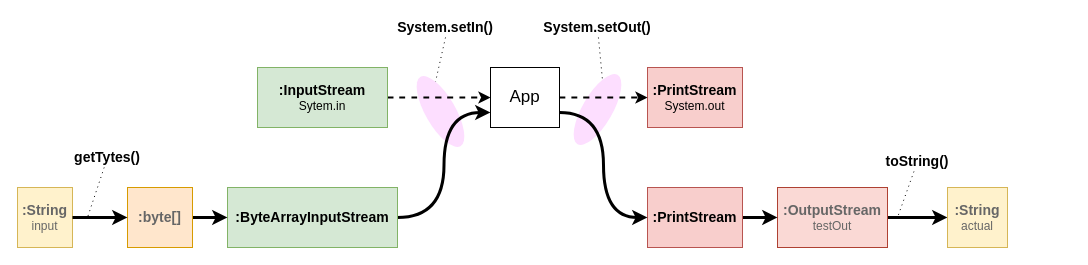
This is images/2021-01-26-juit_test_with_stdin_stdout/setIn_setOut.drawio from reddiana/blog, a draw.io file, before an edit. Source tidied: cells renumbered, new cells numbered last; positions are measured from the earlier drawing's top-left corner, leaving out a move shared by most shapes. Both pictures are drawn from the tidied source at 100%, with x=0, y=0 at pixel (17, 17).
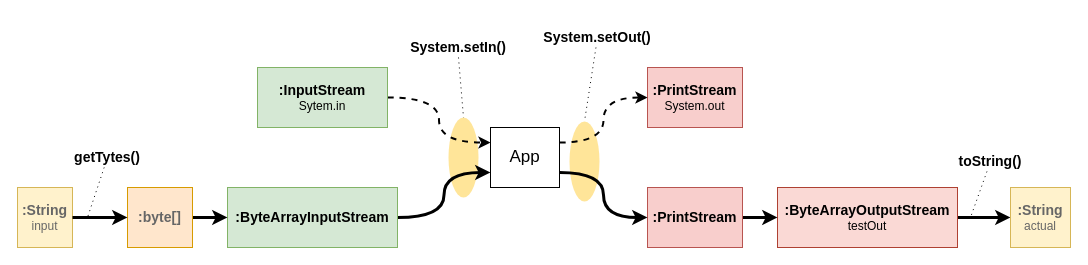
The same page after the edit.

Commit message (it also covers changes not shown here):
OutputStream -> ByteArrayOutputStream

The change refers to these unchanged cells:
```xml
<mxCell id="9" value="&lt;b&gt;&lt;font style=&quot;font-size: 14px&quot;&gt;:PrintStream&lt;/font&gt;&lt;/b&gt;&lt;br&gt;System.out" style="whiteSpace=wrap;html=1;rounded=0;fontFamily=Helvetica;fontSize=12;fillColor=#f8cecc;strokeColor=#b85450;" parent="1" vertex="1">
  <mxGeometry x="630" y="50" width="95" height="60" as="geometry" />
</mxCell>
<mxCell id="16" value="&lt;b&gt;&lt;font style=&quot;font-size: 14px&quot;&gt;:InputStream&lt;/font&gt;&lt;/b&gt;&lt;br&gt;Sytem.in" style="whiteSpace=wrap;html=1;rounded=0;fontFamily=Helvetica;fontSize=12;fillColor=#d5e8d4;strokeColor=#82b366;" parent="1" vertex="1">
  <mxGeometry x="240" y="50" width="130" height="60" as="geometry" />
</mxCell>
```

What changed in the source:
```diff
@@
-    <mxCell id="2" style="ellipse;whiteSpace=wrap;html=1;fontFamily=Helvetica;fontSize=12;rotation=30;dashed=1;strokeWidth=2;perimeterSpacing=0;flipH=0;strokeColor=none;fillColor=#FDDEFF;" parent="1" vertex="1">
-      <mxGeometry x="565" y="52" width="30" height="80" as="geometry" />
+    <mxCell id="2" style="ellipse;whiteSpace=wrap;html=1;fontFamily=Helvetica;fontSize=12;rotation=0;dashed=1;strokeWidth=2;perimeterSpacing=0;flipH=0;strokeColor=none;fillColor=#FFE599;" parent="1" vertex="1">
+      <mxGeometry x="552" y="104" width="30" height="80" as="geometry" />
     </mxCell>
-    <mxCell id="3" style="ellipse;whiteSpace=wrap;html=1;fontFamily=Helvetica;fontSize=12;rotation=-30;dashed=1;strokeWidth=2;perimeterSpacing=0;strokeColor=none;fillColor=#FDDEFF;" parent="1" vertex="1">
-      <mxGeometry x="408" y="54" width="30" height="80" as="geometry" />
+    <mxCell id="3" style="ellipse;whiteSpace=wrap;html=1;fontFamily=Helvetica;fontSize=12;rotation=0;dashed=1;strokeWidth=2;perimeterSpacing=0;strokeColor=none;fillColor=#FFE599;" parent="1" vertex="1">
+      <mxGeometry x="431" y="100" width="30" height="80" as="geometry" />
     </mxCell>
@@
-    <mxCell id="5" value="&lt;span style=&quot;color: rgb(102, 102, 102); text-align: left;&quot;&gt;&lt;b&gt;&lt;font style=&quot;font-size: 14px&quot;&gt;:OutputStream&lt;/font&gt;&lt;/b&gt;&lt;br style=&quot;font-size: 12px&quot;&gt;testOut&lt;br style=&quot;font-size: 12px&quot;&gt;&lt;/span&gt;" style="rounded=0;whiteSpace=wrap;html=1;fontFamily=Helvetica;fontSize=12;fillColor=#fad9d5;strokeColor=#ae4132;labelBackgroundColor=none;" parent="1" vertex="1">
-      <mxGeometry x="760" y="170" width="110" height="60" as="geometry" />
+    <mxCell id="5" value="&lt;span style=&quot;text-align: left;&quot;&gt;&lt;b&gt;&lt;font style=&quot;font-size: 14px&quot;&gt;:ByteArrayOutputStream&lt;/font&gt;&lt;/b&gt;&lt;br style=&quot;font-size: 12px&quot;&gt;testOut&lt;br style=&quot;font-size: 12px&quot;&gt;&lt;/span&gt;" style="rounded=0;whiteSpace=wrap;html=1;fontFamily=Helvetica;fontSize=12;fillColor=#fad9d5;strokeColor=#ae4132;labelBackgroundColor=none;" parent="1" vertex="1">
+      <mxGeometry x="760" y="170" width="180" height="60" as="geometry" />
     </mxCell>
@@
     <mxCell id="8" value="&lt;span style=&quot;color: rgb(102, 102, 102); text-align: left;&quot;&gt;&lt;b&gt;&lt;font style=&quot;font-size: 14px&quot;&gt;:String&lt;/font&gt;&lt;/b&gt;&lt;br&gt;actual&lt;br style=&quot;font-size: 12px&quot;&gt;&lt;/span&gt;" style="rounded=0;whiteSpace=wrap;html=1;fontFamily=Helvetica;fontSize=12;fillColor=#fff2cc;strokeColor=#d6b656;labelBackgroundColor=none;" parent="1" vertex="1">
-      <mxGeometry x="930" y="170" width="60" height="60" as="geometry" />
+      <mxGeometry x="993" y="170" width="60" height="60" as="geometry" />
     </mxCell>
@@
-    <mxCell id="11" style="edgeStyle=orthogonalEdgeStyle;rounded=0;jettySize=auto;html=1;exitX=1;exitY=0.5;exitDx=0;exitDy=0;entryX=0;entryY=0.5;entryDx=0;entryDy=0;fontFamily=Helvetica;fontSize=12;dashed=1;curved=1;strokeWidth=2;" parent="1" edge="1" source="12" target="9">
+    <mxCell id="11" style="edgeStyle=orthogonalEdgeStyle;rounded=0;jettySize=auto;html=1;exitX=1;exitY=0.25;exitDx=0;exitDy=0;entryX=0;entryY=0.5;entryDx=0;entryDy=0;fontFamily=Helvetica;fontSize=12;dashed=1;curved=1;strokeWidth=2;" parent="1" edge="1" source="12" target="9">
       <mxGeometry relative="1" as="geometry" />
     </mxCell>
     <mxCell id="12" value="App" style="rounded=0;whiteSpace=wrap;html=1;fontFamily=Helvetica;fontSize=17;" parent="1" vertex="1">
-      <mxGeometry x="473" y="50" width="69" height="60" as="geometry" />
+      <mxGeometry x="473" y="110" width="69" height="60" as="geometry" />
     </mxCell>
@@
-    <mxCell id="15" style="edgeStyle=orthogonalEdgeStyle;curved=1;rounded=0;jettySize=auto;html=1;dashed=1;fontFamily=Helvetica;fontSize=12;entryX=0;entryY=0.5;entryDx=0;entryDy=0;strokeWidth=2;" parent="1" edge="1" source="16" target="12">
+    <mxCell id="15" style="edgeStyle=orthogonalEdgeStyle;curved=1;rounded=0;jettySize=auto;html=1;dashed=1;fontFamily=Helvetica;fontSize=12;entryX=0;entryY=0.25;entryDx=0;entryDy=0;strokeWidth=2;" parent="1" edge="1" source="16" target="12">
       <mxGeometry relative="1" as="geometry" />
     </mxCell>
@@
-    <mxCell id="21" style="rounded=0;jettySize=auto;html=1;exitX=0.5;exitY=1;exitDx=0;exitDy=0;fontFamily=Helvetica;fontSize=12;endArrow=none;endFill=0;dashed=1;dashPattern=1 4;entryX=1;entryY=0;entryDx=0;entryDy=0;" parent="1" edge="1" source="22" target="3">
+    <mxCell id="21" style="rounded=0;jettySize=auto;html=1;exitX=0.5;exitY=1;exitDx=0;exitDy=0;fontFamily=Helvetica;fontSize=12;endArrow=none;endFill=0;dashed=1;dashPattern=1 4;entryX=0.5;entryY=0;entryDx=0;entryDy=0;" parent="1" edge="1" source="22" target="3">
       <mxGeometry relative="1" as="geometry" />
     </mxCell>
     <mxCell id="22" value="System.setIn()" style="text;html=1;strokeColor=none;fillColor=none;align=center;verticalAlign=middle;whiteSpace=wrap;rounded=0;dashed=1;fontFamily=Helvetica;fontSize=14;fontStyle=1;" parent="1" vertex="1">
-      <mxGeometry x="408" width="40" height="20" as="geometry" />
+      <mxGeometry x="421" y="20" width="40" height="20" as="geometry" />
     </mxCell>
-    <mxCell id="23" style="edgeStyle=none;rounded=0;jettySize=auto;html=1;entryX=0;entryY=0;entryDx=0;entryDy=0;dashed=1;dashPattern=1 4;endArrow=none;endFill=0;fontFamily=Helvetica;fontSize=14;" parent="1" edge="1" source="24" target="2">
+    <mxCell id="23" style="edgeStyle=none;rounded=0;jettySize=auto;html=1;entryX=0.5;entryY=0;entryDx=0;entryDy=0;dashed=1;dashPattern=1 4;endArrow=none;endFill=0;fontFamily=Helvetica;fontSize=14;" parent="1" edge="1" source="24" target="2">
       <mxGeometry relative="1" as="geometry" />
     </mxCell>
     <mxCell id="24" value="System.setOut()" style="text;html=1;strokeColor=none;fillColor=none;align=center;verticalAlign=middle;whiteSpace=wrap;rounded=0;dashed=1;fontFamily=Helvetica;fontSize=14;fontStyle=1;" parent="1" vertex="1">
-      <mxGeometry x="560" width="40" height="20" as="geometry" />
+      <mxGeometry x="560" y="10" width="40" height="20" as="geometry" />
     </mxCell>
@@
     <mxCell id="27" style="edgeStyle=none;rounded=0;jettySize=auto;html=1;dashed=1;dashPattern=1 4;endArrow=none;endFill=0;fontFamily=Helvetica;fontSize=14;" parent="1" edge="1" source="28">
       <mxGeometry relative="1" as="geometry">
-        <mxPoint x="880" y="200" as="targetPoint" />
+        <mxPoint x="953" y="200" as="targetPoint" />
       </mxGeometry>
     </mxCell>
     <mxCell id="28" value="toString()" style="text;html=1;strokeColor=none;fillColor=none;align=center;verticalAlign=middle;whiteSpace=wrap;rounded=0;dashed=1;fontFamily=Helvetica;fontSize=14;fontStyle=1;" parent="1" vertex="1">
-      <mxGeometry x="880" y="134" width="40" height="20" as="geometry" />
+      <mxGeometry x="953" y="134" width="40" height="20" as="geometry" />
     </mxCell>
```
